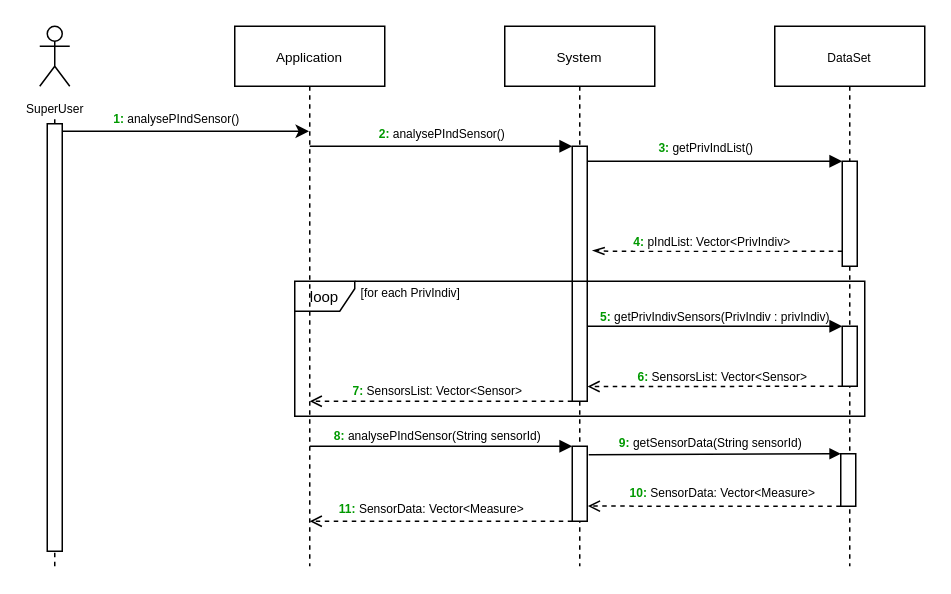
Earlier version of the draw.io diagram UML stuff/seqDiagSetReliable.drawio (NourJadiri/AirWatcher). Source tidied: cells renumbered, new cells numbered last; positions are measured from the earlier drawing's top-left corner, leaving out a move shared by most shapes. Both pictures are drawn from the tidied source at 150%, with x=0, y=0 at pixel (39, 26).
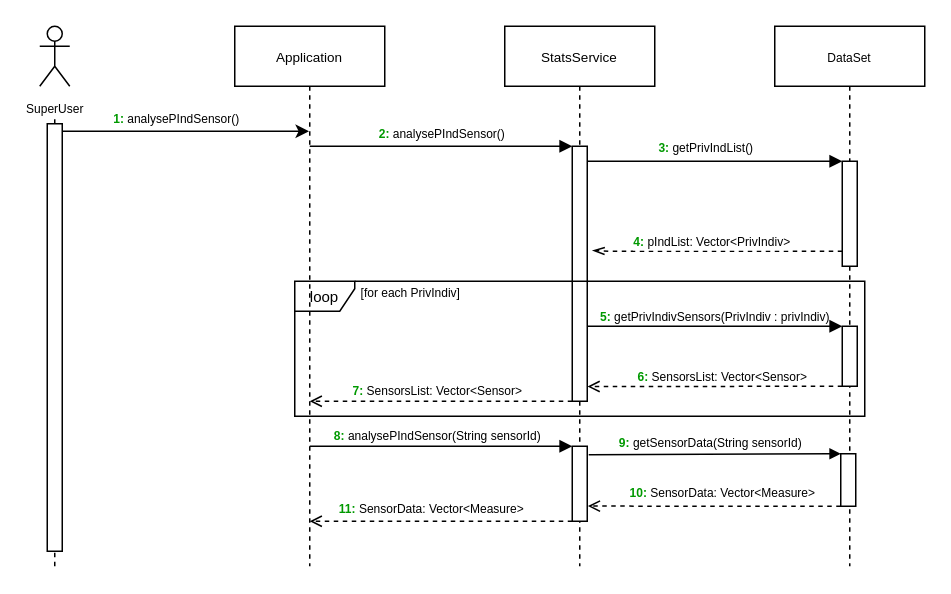
After the change.

Commit message:
Mettre à jour seqDiagSetReliable.drawio

What changed in the source:
```diff
@@
-    <mxCell id="2" value="&lt;font style=&quot;font-size: 9px;&quot;&gt;System&lt;/font&gt;" style="shape=umlLifeline;perimeter=lifelinePerimeter;whiteSpace=wrap;html=1;outlineConnect=0;portConstraint=eastwest;newEdgeStyle={&quot;edgeStyle&quot;:&quot;elbowEdgeStyle&quot;,&quot;elbow&quot;:&quot;vertical&quot;,&quot;curved&quot;:0,&quot;rounded&quot;:0};" parent="1" vertex="1">
+    <mxCell id="2" value="&lt;font style=&quot;font-size: 9px;&quot;&gt;StatsService&lt;/font&gt;" style="shape=umlLifeline;perimeter=lifelinePerimeter;whiteSpace=wrap;html=1;outlineConnect=0;portConstraint=eastwest;newEdgeStyle={&quot;edgeStyle&quot;:&quot;elbowEdgeStyle&quot;,&quot;elbow&quot;:&quot;vertical&quot;,&quot;curved&quot;:0,&quot;rounded&quot;:0};" parent="1" vertex="1">
       <mxGeometry x="310" width="100" height="360" as="geometry" />
     </mxCell>
```
